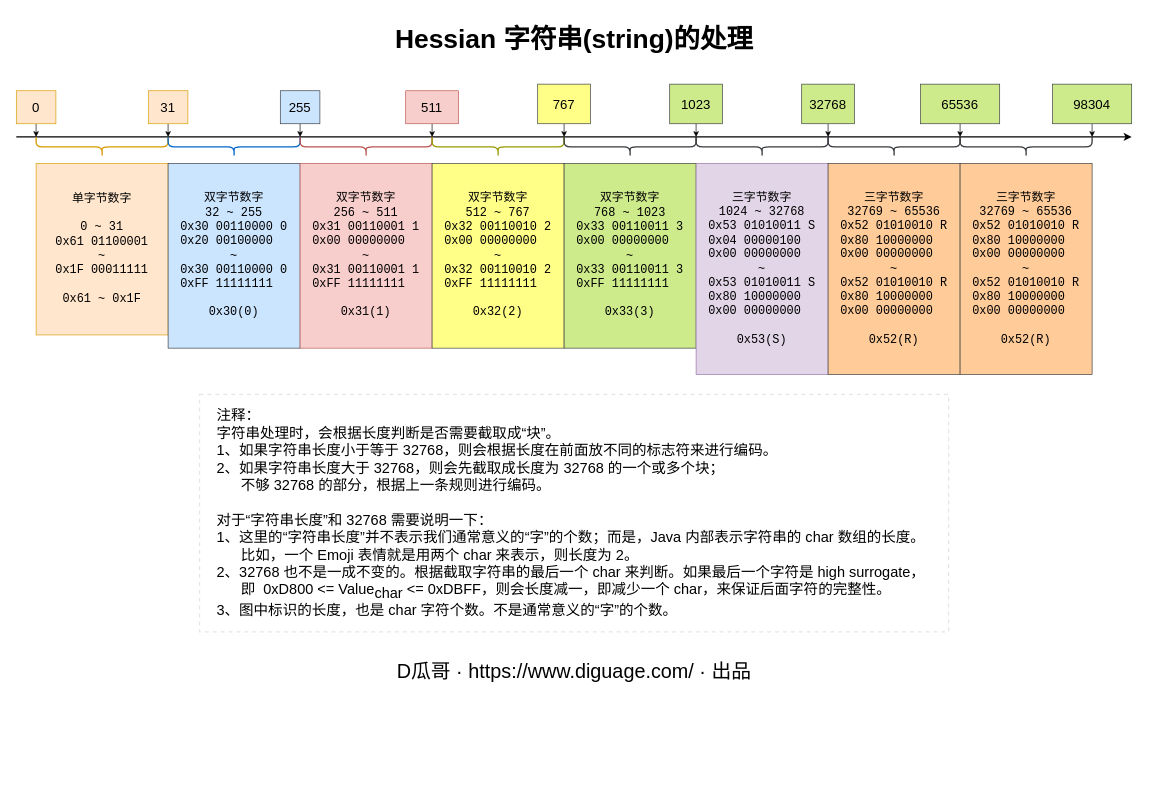
Above: page "string" (3 of 4) of static/diagrams/hessian.drawio in diguage/www.diguage.com (draw.io), before the change. Source tidied: cells renumbered, new cells numbered last; positions are measured from the earlier drawing's top-left corner, leaving out a move shared by most shapes. Both pictures are drawn from the tidied source at 66%, with x=0, y=0 at pixel (16, 11).
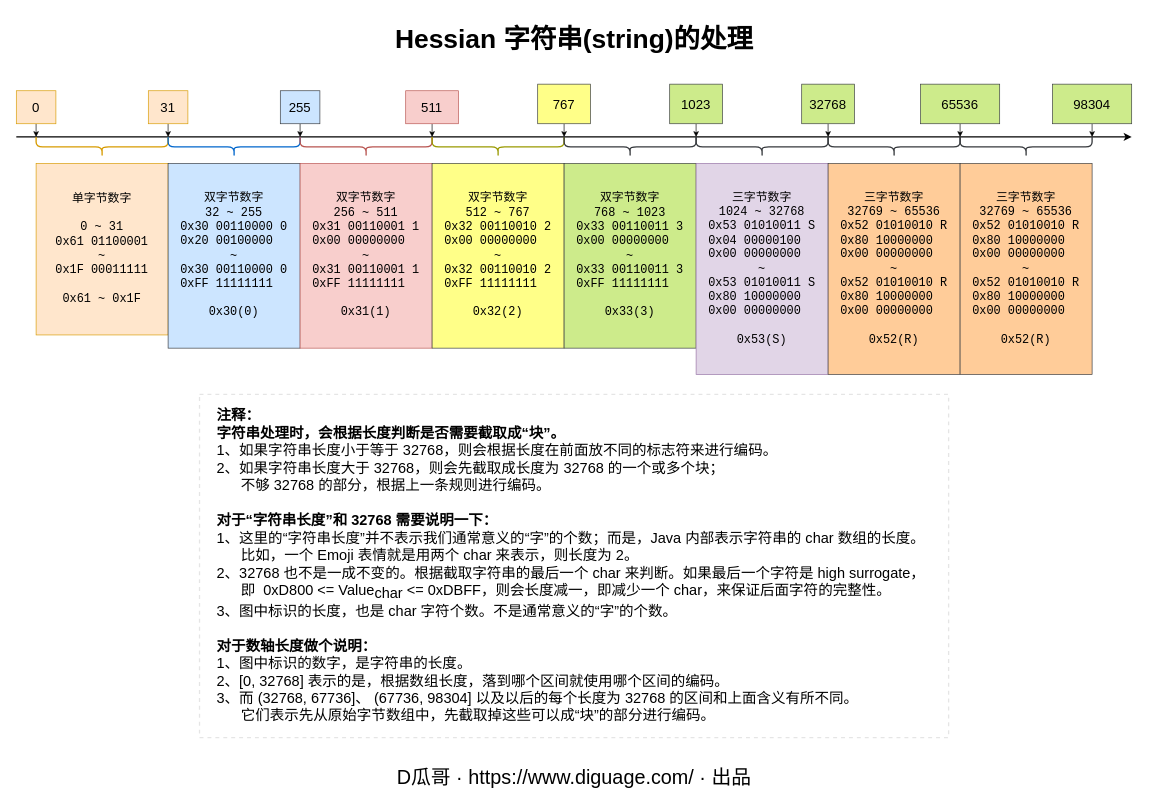
After the change.

Change to the diagram source:
```diff
@@
     <mxCell id="22" value="D瓜哥 · https://www.diguage.com/ · 出品" style="text;html=1;strokeColor=none;fillColor=none;align=center;verticalAlign=middle;whiteSpace=wrap;rounded=0;fontFamily=JetBrains Mono;fontSize=30;" parent="1" vertex="1">
-      <mxGeometry x="498.8" y="980" width="693" height="40" as="geometry" />
+      <mxGeometry x="498.8" y="1140" width="693" height="40" as="geometry" />
     </mxCell>
@@
-    <mxCell id="39" value="注释：&lt;br style=&quot;font-size: 22px;&quot;&gt;字符串处理时，会根据长度判断是否需要截取成“块”。&lt;br style=&quot;font-size: 22px;&quot;&gt;1、如果字符串长度小于等于 32768，则会根据长度在前面放不同的标志符来进行编码。&lt;br style=&quot;font-size: 22px;&quot;&gt;2、如果字符串长度大于 32768，则会先截取成长度为 32768 的一个或多个块；&lt;br style=&quot;font-size: 22px;&quot;&gt;&amp;nbsp; &amp;nbsp; &amp;nbsp; 不够 32768 的部分，根据上一条规则进行编码。&lt;br style=&quot;font-size: 22px;&quot;&gt;&lt;br style=&quot;font-size: 22px;&quot;&gt;对于“字符串长度”和 32768 需要说明一下：&lt;br style=&quot;font-size: 22px;&quot;&gt;1、这里的“字符串长度”并不表示我们通常意义的“字”的个数；而是，Java 内部表示字符串的 &lt;font face=&quot;JetBrains Mono&quot; style=&quot;font-size: 22px;&quot;&gt;char&lt;/font&gt; 数组的长度。&lt;br style=&quot;font-size: 22px;&quot;&gt;&amp;nbsp; &amp;nbsp; &amp;nbsp; 比如，一个 Emoji 表情就是用两个 &lt;font face=&quot;JetBrains Mono&quot; style=&quot;font-size: 22px;&quot;&gt;char&lt;/font&gt; 来表示，则长度为 2。&lt;br style=&quot;font-size: 22px;&quot;&gt;2、32768 也不是一成不变的。根据截取字符串的最后一个 &lt;font face=&quot;JetBrains Mono&quot; style=&quot;font-size: 22px;&quot;&gt;char&lt;/font&gt; 来判断。如果最后一个字符是 high surrogate，&lt;br style=&quot;font-size: 22px;&quot;&gt;&amp;nbsp; &amp;nbsp; &amp;nbsp; 即&amp;nbsp; &lt;font face=&quot;JetBrains Mono&quot; style=&quot;font-size: 22px;&quot;&gt;0xD800 &amp;lt;= Value&lt;sub style=&quot;font-size: 22px;&quot;&gt;char&lt;/sub&gt; &amp;lt;= 0xDBFF&lt;/font&gt;，则会长度减一，即减少一个 &lt;font face=&quot;JetBrains Mono&quot; style=&quot;font-size: 22px;&quot;&gt;char&lt;/font&gt;，来保证后面字符的完整性。&lt;br style=&quot;font-size: 22px;&quot;&gt;3、图中标识的长度，也是&amp;nbsp;&lt;font face=&quot;JetBrains Mono&quot; style=&quot;font-size: 22px;&quot;&gt;char&lt;/font&gt;&amp;nbsp;字符个数。不是通常意义的“字”的个数。" style="rounded=0;whiteSpace=wrap;html=1;dashed=1;align=left;fontSize=22;spacingLeft=24;opacity=10;strokeWidth=2;" parent="1" vertex="1">
-      <mxGeometry x="277.8" y="580" width="1135" height="360" as="geometry" />
+    <mxCell id="39" value="&lt;b&gt;注释：&lt;/b&gt;&lt;br style=&quot;font-size: 22px;&quot;&gt;&lt;b&gt;字符串处理时，会根据长度判断是否需要截取成“块”。&lt;/b&gt;&lt;br style=&quot;font-size: 22px;&quot;&gt;1、如果字符串长度小于等于 32768，则会根据长度在前面放不同的标志符来进行编码。&lt;br style=&quot;font-size: 22px;&quot;&gt;2、如果字符串长度大于 32768，则会先截取成长度为 32768 的一个或多个块；&lt;br style=&quot;font-size: 22px;&quot;&gt;&amp;nbsp; &amp;nbsp; &amp;nbsp; 不够 32768 的部分，根据上一条规则进行编码。&lt;br style=&quot;font-size: 22px;&quot;&gt;&lt;br style=&quot;font-size: 22px;&quot;&gt;&lt;b&gt;对于“字符串长度”和 32768 需要说明一下：&lt;/b&gt;&lt;br style=&quot;font-size: 22px;&quot;&gt;1、这里的“字符串长度”并不表示我们通常意义的“字”的个数；而是，Java 内部表示字符串的 &lt;font face=&quot;JetBrains Mono&quot; style=&quot;font-size: 22px;&quot;&gt;char&lt;/font&gt; 数组的长度。&lt;br style=&quot;font-size: 22px;&quot;&gt;&amp;nbsp; &amp;nbsp; &amp;nbsp; 比如，一个 Emoji 表情就是用两个 &lt;font face=&quot;JetBrains Mono&quot; style=&quot;font-size: 22px;&quot;&gt;char&lt;/font&gt; 来表示，则长度为 2。&lt;br style=&quot;font-size: 22px;&quot;&gt;2、32768 也不是一成不变的。根据截取字符串的最后一个 &lt;font face=&quot;JetBrains Mono&quot; style=&quot;font-size: 22px;&quot;&gt;char&lt;/font&gt; 来判断。如果最后一个字符是 high surrogate，&lt;br style=&quot;font-size: 22px;&quot;&gt;&amp;nbsp; &amp;nbsp; &amp;nbsp; 即&amp;nbsp; &lt;font face=&quot;JetBrains Mono&quot; style=&quot;font-size: 22px;&quot;&gt;0xD800 &amp;lt;= Value&lt;sub style=&quot;font-size: 22px;&quot;&gt;char&lt;/sub&gt; &amp;lt;= 0xDBFF&lt;/font&gt;，则会长度减一，即减少一个 &lt;font face=&quot;JetBrains Mono&quot; style=&quot;font-size: 22px;&quot;&gt;char&lt;/font&gt;，来保证后面字符的完整性。&lt;br style=&quot;font-size: 22px;&quot;&gt;3、图中标识的长度，也是&amp;nbsp;&lt;font face=&quot;JetBrains Mono&quot; style=&quot;font-size: 22px;&quot;&gt;char&lt;/font&gt;&amp;nbsp;字符个数。不是通常意义的“字”的个数。&lt;br&gt;&lt;br&gt;&lt;b&gt;对于数轴长度做个说明：&lt;/b&gt;&lt;br&gt;1、图中标识的数字，是字符串的长度。&lt;br&gt;2、&lt;font face=&quot;JetBrains Mono&quot;&gt;[0, 32768]&lt;/font&gt;&amp;nbsp;表示的是，根据数组长度，落到哪个区间就使用哪个区间的编码。&lt;br&gt;3、而&lt;font face=&quot;JetBrains Mono&quot;&gt;&amp;nbsp;(&lt;/font&gt;&lt;span style=&quot;font-family: &amp;quot;JetBrains Mono&amp;quot;;&quot;&gt;32768&lt;/span&gt;&lt;font face=&quot;JetBrains Mono&quot;&gt;&lt;span style=&quot;text-align: center;&quot;&gt;,&amp;nbsp;&lt;/span&gt;&lt;/font&gt;&lt;span style=&quot;text-align: center;&quot;&gt;&lt;font face=&quot;JetBrains Mono&quot;&gt;67736]&lt;/font&gt;、&lt;font face=&quot;JetBrains Mono&quot;&gt;&amp;nbsp;(&lt;/font&gt;&lt;/span&gt;&lt;span style=&quot;font-family: &amp;quot;JetBrains Mono&amp;quot;; text-align: center;&quot;&gt;67736&lt;/span&gt;&lt;font face=&quot;JetBrains Mono&quot;&gt;&lt;span style=&quot;text-align: center;&quot;&gt;,&amp;nbsp;&lt;/span&gt;&lt;span style=&quot;text-align: center;&quot;&gt;98304&lt;/span&gt;&lt;/font&gt;&lt;span style=&quot;text-align: center;&quot;&gt;&lt;font face=&quot;JetBrains Mono&quot;&gt;]&amp;nbsp;&lt;/font&gt;以及以后的每个长度为&amp;nbsp;&lt;/span&gt;&lt;font face=&quot;JetBrains Mono&quot;&gt;32768&lt;/font&gt;&amp;nbsp;的区间和上面含义有所不同。&lt;br&gt;&amp;nbsp; &amp;nbsp; &amp;nbsp; 它们表示先从原始字节数组中，先截取掉这些可以成“块”的部分进行编码。" style="rounded=0;whiteSpace=wrap;html=1;dashed=1;align=left;fontSize=22;spacingLeft=24;opacity=10;strokeWidth=2;" parent="1" vertex="1">
+      <mxGeometry x="277.8" y="580" width="1135" height="520" as="geometry" />
     </mxCell>
```
